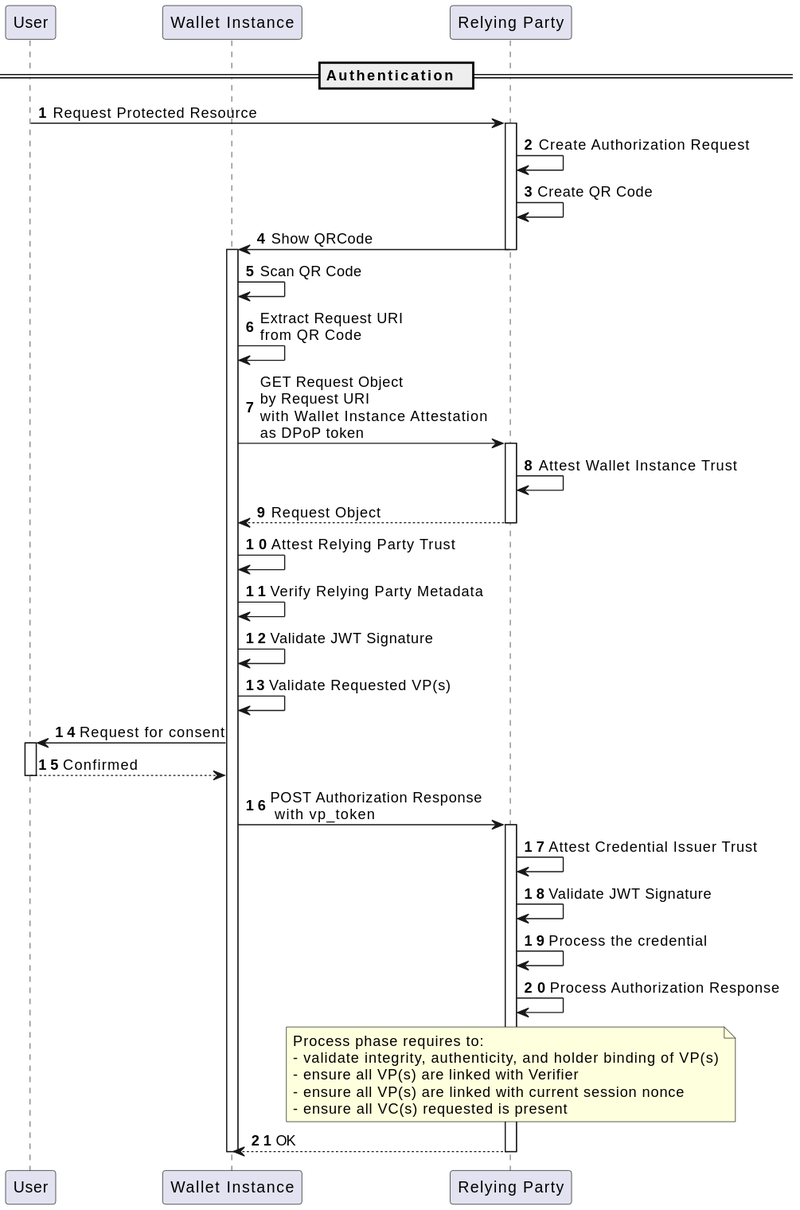
This is images/cross_device_auth_seq_diagram.svg from italia/eudi-wallet-it-docs, a PlantUML export, as it was before one commit.
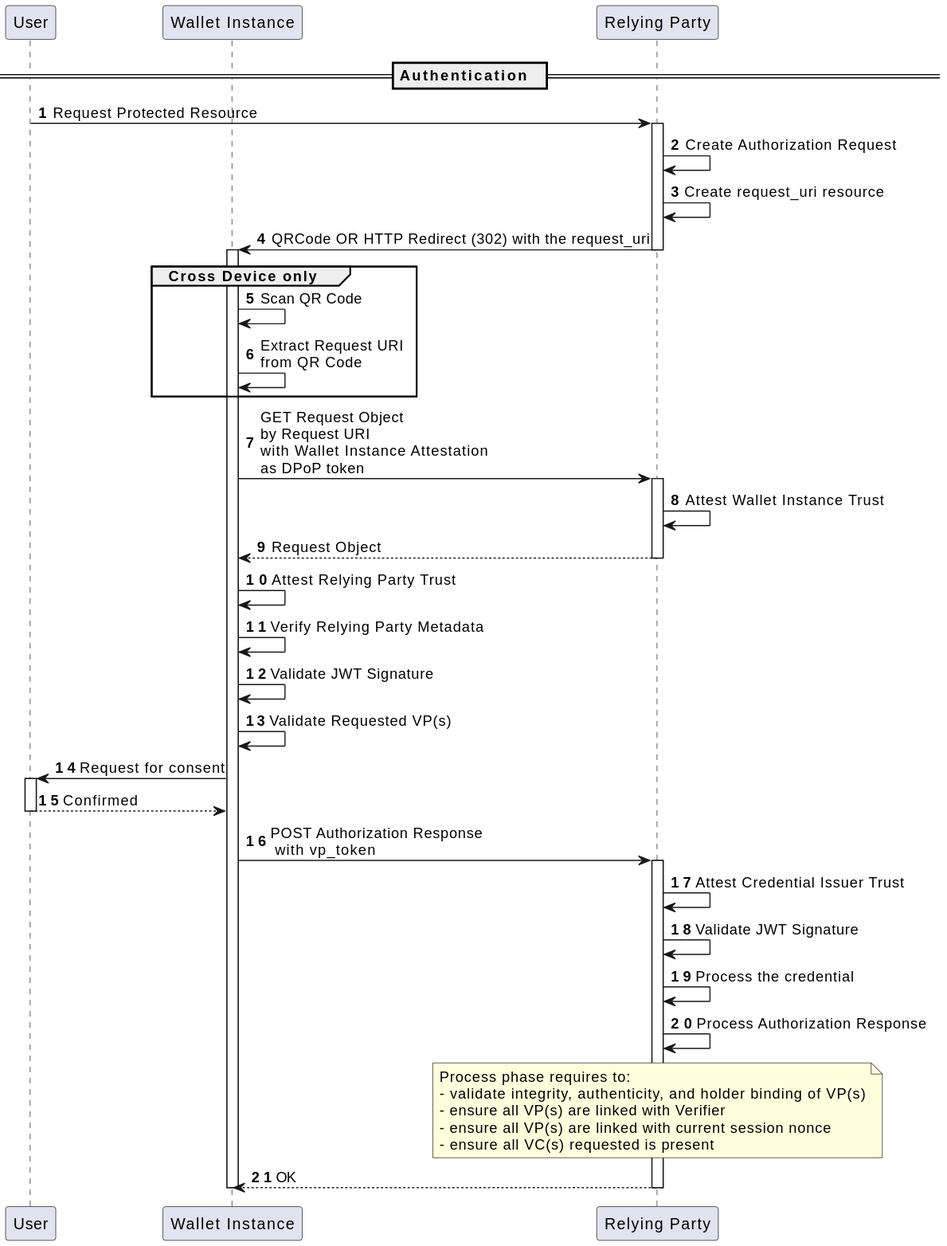
After the change.

Commit message:
feat: [RP] same device flow improved

What changed in the source:
```diff
@@ -9,13 +9,15 @@
 u -> ve: Request Protected Resource
 activate ve
 ve -> ve: Create Authorization Request
-ve -> ve: Create QR Code
-ve -> w: Show QRCode
+ve -> ve: Create request_uri resource
+ve -> w: QRCode OR HTTP Redirect (302) with the request_uri
 deactivate ve
 activate w
 
+group Cross Device only
 w -> w: Scan QR Code
 w -> w: Extract Request URI\nfrom QR Code
+end
 w -> ve: GET Request Object \nby Request URI \nwith Wallet Instance Attestation \nas DPoP token
 activate ve
 ve -> ve: Attest Wallet Instance Trust
```
